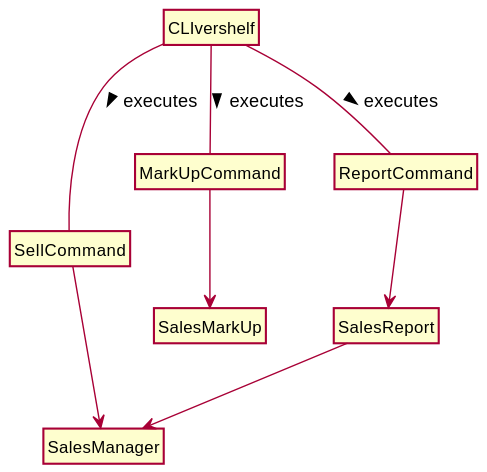
This is docs/diagrams/SalesSubComponentClassDiagram.svg from zh1huang/tp, a PlantUML export, as it was before one commit.
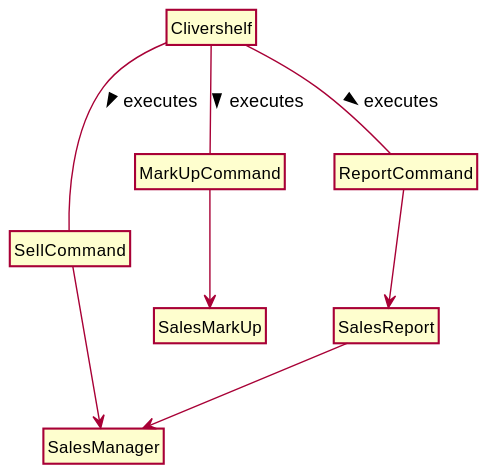
The same diagram one commit later.

Change to the diagram source:
```diff
@@ -4,7 +4,7 @@
 skinparam classAttributeIconSize 0
 hide empty members
 
-class CLIvershelf{
+class Clivershelf{
 }
 
 class SalesManager{
@@ -25,9 +25,9 @@
 class ReportCommand{
 }
 
-CLIvershelf -- ReportCommand : executes >
-CLIvershelf -- MarkUpCommand : executes >
-CLIvershelf -- SellCommand : executes >
+Clivershelf -- ReportCommand : executes >
+Clivershelf -- MarkUpCommand : executes >
+Clivershelf -- SellCommand : executes >
 
 ReportCommand --> SalesReport
 SalesReport --> SalesManager
```
